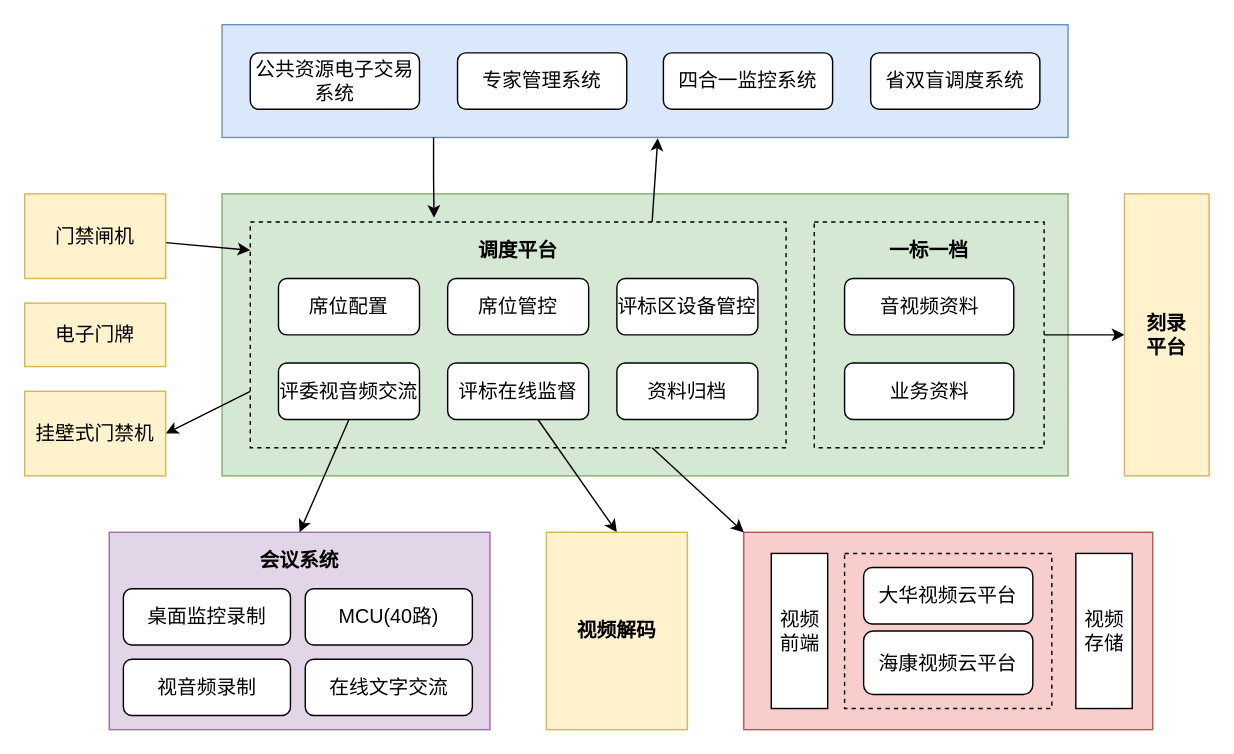
Earlier version of the draw.io diagram 调度系统架构图.drawio (JaceLu/Docs). Source tidied: cells renumbered, new cells numbered last; positions are measured from the earlier drawing's top-left corner, leaving out a move shared by most shapes. Both pictures are drawn from the tidied source at 141%, with x=0, y=0 at pixel (24, 24).
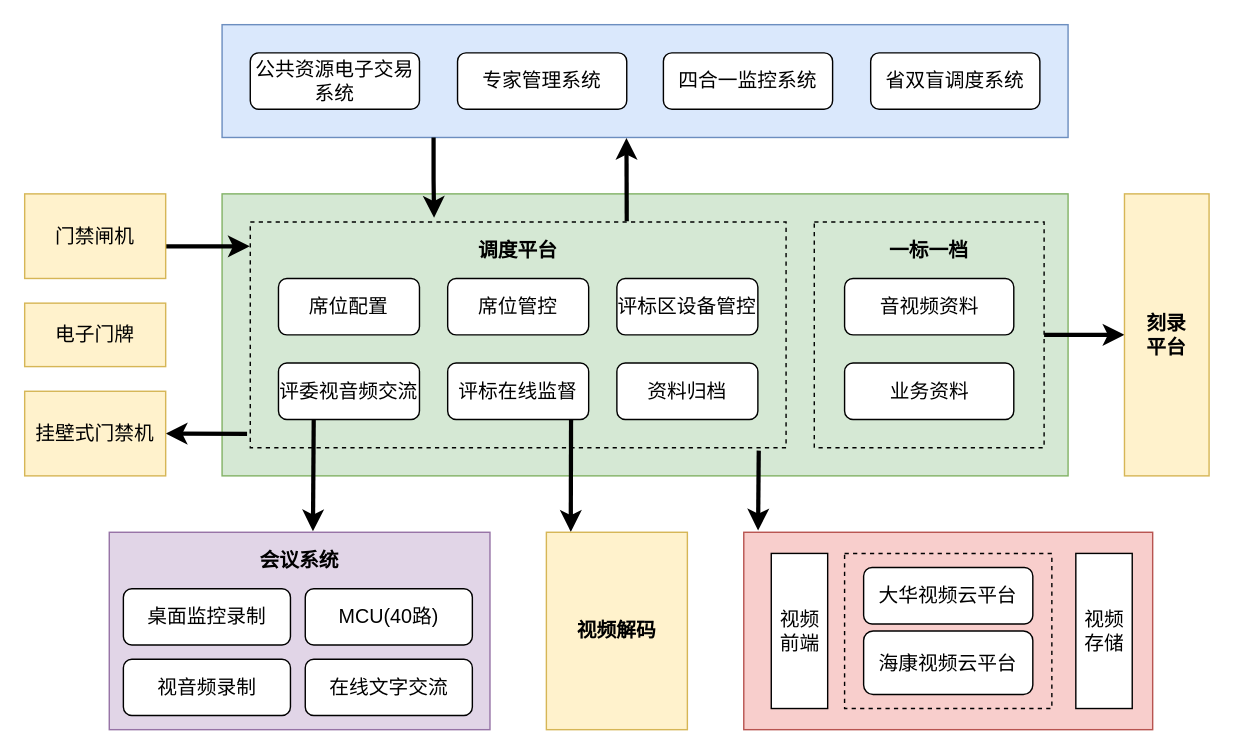
Above is the later version.

Commit message:
更新调度系统架构图.drawio

Unchanged cells that the change refers to:
```xml
<mxCell id="2" style="rounded=0;whiteSpace=wrap;html=1;fillColor=#f8cecc;strokeColor=#b85450;" parent="1" vertex="1">
  <mxGeometry x="510" y="360" width="290" height="140" as="geometry" />
</mxCell>
<mxCell id="6" style="rounded=0;whiteSpace=wrap;html=1;fillColor=#dae8fc;strokeColor=#6c8ebf;" parent="1" vertex="1">
  <mxGeometry x="140" width="600" height="80" as="geometry" />
</mxCell>
<mxCell id="13" style="rounded=0;whiteSpace=wrap;html=1;dashed=1;fillColor=none;" parent="1" vertex="1">
  <mxGeometry x="160" y="140" width="380" height="160" as="geometry" />
</mxCell>
<mxCell id="15" style="rounded=0;whiteSpace=wrap;html=1;dashed=1;fillColor=none;" parent="1" vertex="1">
  <mxGeometry x="560" y="140" width="163" height="160" as="geometry" />
</mxCell>
<mxCell id="17" value="调度平台" style="text;html=1;align=center;verticalAlign=middle;whiteSpace=wrap;rounded=0;fontSize=14;fontStyle=1;" parent="1" vertex="1">
  <mxGeometry x="160" y="140" width="380" height="40" as="geometry" />
</mxCell>
<mxCell id="25" value="&lt;span style=&quot;font-size: 14px;&quot;&gt;评委视音频交流&lt;/span&gt;" style="rounded=1;whiteSpace=wrap;html=1;fontFamily=Helvetica;" parent="1" vertex="1">
  <mxGeometry x="180" y="240" width="100" height="40" as="geometry" />
</mxCell>
<mxCell id="27" value="&lt;span style=&quot;font-size: 14px;&quot;&gt;评标在线监督&lt;/span&gt;" style="rounded=1;whiteSpace=wrap;html=1;fontFamily=Helvetica;" parent="1" vertex="1">
  <mxGeometry x="300" y="240" width="100" height="40" as="geometry" />
</mxCell>
<mxCell id="31" value="&lt;span style=&quot;&quot;&gt;会议系统&lt;/span&gt;" style="text;html=1;align=center;verticalAlign=middle;whiteSpace=wrap;rounded=0;fontSize=14;fontStyle=1;" parent="1" vertex="1">
  <mxGeometry x="60" y="360" width="270" height="40" as="geometry" />
</mxCell>
<mxCell id="33" value="&lt;span style=&quot;font-size: 14px;&quot;&gt;挂壁式门禁机&lt;/span&gt;" style="rounded=0;whiteSpace=wrap;html=1;fillColor=#fff2cc;strokeColor=#d6b656;" parent="1" vertex="1">
  <mxGeometry y="260" width="100" height="60" as="geometry" />
</mxCell>
<mxCell id="35" value="&lt;span style=&quot;font-size: 14px;&quot;&gt;门禁闸机&lt;/span&gt;" style="rounded=0;whiteSpace=wrap;html=1;fillColor=#fff2cc;strokeColor=#d6b656;" parent="1" vertex="1">
  <mxGeometry y="120" width="100" height="60" as="geometry" />
</mxCell>
<mxCell id="36" value="&lt;span style=&quot;font-size: 14px;&quot;&gt;刻录平台&lt;/span&gt;" style="rounded=0;whiteSpace=wrap;html=1;fillColor=#fff2cc;strokeColor=#d6b656;spacingLeft=10;spacingRight=10;fontSize=14;fontStyle=1;" parent="1" vertex="1">
  <mxGeometry x="780" y="120" width="60" height="200" as="geometry" />
</mxCell>
<mxCell id="42" value="&lt;span style=&quot;font-size: 14px;&quot;&gt;视频解码&lt;/span&gt;" style="rounded=0;whiteSpace=wrap;html=1;fillColor=#fff2cc;strokeColor=#d6b656;fontStyle=1;fontSize=14;" parent="1" vertex="1">
  <mxGeometry x="370" y="360" width="100" height="140" as="geometry" />
</mxCell>
```

The edit, as a diff of the source:
```diff
@@
-    <mxCell id="11" style="rounded=0;jettySize=auto;html=1;exitX=0.75;exitY=1;exitDx=0;exitDy=0;entryX=0;entryY=0;entryDx=0;entryDy=0;" parent="1" edge="1" source="13" target="2">
+    <mxCell id="11" style="rounded=0;jettySize=auto;html=1;exitX=0.949;exitY=1.013;exitDx=0;exitDy=0;entryX=0.035;entryY=-0.009;entryDx=0;entryDy=0;exitPerimeter=0;strokeWidth=3;entryPerimeter=0;" parent="1" edge="1" source="13" target="2">
       <mxGeometry relative="1" as="geometry" />
     </mxCell>
-    <mxCell id="12" style="rounded=0;jettySize=auto;html=1;exitX=0;exitY=0.75;exitDx=0;exitDy=0;entryX=1;entryY=0.5;entryDx=0;entryDy=0;" parent="1" edge="1" source="13" target="33">
+    <mxCell id="12" style="rounded=0;jettySize=auto;html=1;exitX=-0.006;exitY=0.939;exitDx=0;exitDy=0;entryX=1;entryY=0.5;entryDx=0;entryDy=0;strokeWidth=3;exitPerimeter=0;" parent="1" edge="1" source="13" target="33">
       <mxGeometry relative="1" as="geometry" />
     </mxCell>
@@
-    <mxCell id="14" style="edgeStyle=orthogonalEdgeStyle;rounded=0;jettySize=auto;html=1;exitX=1;exitY=0.5;exitDx=0;exitDy=0;entryX=0;entryY=0.5;entryDx=0;entryDy=0;" parent="1" edge="1" source="15" target="36">
+    <mxCell id="14" style="edgeStyle=orthogonalEdgeStyle;rounded=0;jettySize=auto;html=1;exitX=1;exitY=0.5;exitDx=0;exitDy=0;entryX=0;entryY=0.5;entryDx=0;entryDy=0;strokeWidth=3;" parent="1" edge="1" source="15" target="36">
       <mxGeometry relative="1" as="geometry" />
     </mxCell>
@@
-    <mxCell id="16" style="rounded=0;jettySize=auto;html=1;exitX=0.75;exitY=0;exitDx=0;exitDy=0;entryX=0.515;entryY=1.007;entryDx=0;entryDy=0;entryPerimeter=0;" parent="1" edge="1" source="17" target="6">
-      <mxGeometry relative="1" as="geometry" />
+    <mxCell id="16" style="rounded=0;jettySize=auto;html=1;exitX=0.75;exitY=0;exitDx=0;exitDy=0;entryX=0.478;entryY=1.004;entryDx=0;entryDy=0;entryPerimeter=0;strokeWidth=3;" parent="1" edge="1" target="6">
+      <mxGeometry relative="1" as="geometry">
+        <mxPoint x="427" y="139.4" as="sourcePoint" />
+      </mxGeometry>
     </mxCell>
@@
-    <mxCell id="24" style="rounded=0;jettySize=auto;html=1;exitX=0.5;exitY=1;exitDx=0;exitDy=0;entryX=0.5;entryY=0;entryDx=0;entryDy=0;" parent="1" edge="1" source="25" target="31">
-      <mxGeometry relative="1" as="geometry" />
-    </mxCell>
@@
-    <mxCell id="26" style="rounded=0;jettySize=auto;html=1;entryX=0.5;entryY=0;entryDx=0;entryDy=0;" parent="1" edge="1" source="27" target="42">
-      <mxGeometry relative="1" as="geometry" />
+    <mxCell id="26" style="rounded=0;jettySize=auto;html=1;entryX=0.173;entryY=-0.002;entryDx=0;entryDy=0;strokeWidth=3;exitX=0.875;exitY=1.021;exitDx=0;exitDy=0;exitPerimeter=0;entryPerimeter=0;" parent="1" edge="1" target="42">
+      <mxGeometry relative="1" as="geometry">
+        <mxPoint x="387.5" y="280" as="sourcePoint" />
+      </mxGeometry>
     </mxCell>
@@
-    <mxCell id="34" style="rounded=0;jettySize=auto;html=1;entryX=0;entryY=0.5;entryDx=0;entryDy=0;" parent="1" edge="1" source="35" target="17">
-      <mxGeometry relative="1" as="geometry" />
+    <mxCell id="34" style="rounded=0;jettySize=auto;html=1;entryX=-0.001;entryY=0.429;entryDx=0;entryDy=0;strokeWidth=3;entryPerimeter=0;" parent="1" edge="1" target="17">
+      <mxGeometry relative="1" as="geometry">
+        <mxPoint x="100" y="157.3" as="sourcePoint" />
+      </mxGeometry>
     </mxCell>
@@
-    <mxCell id="44" style="edgeStyle=orthogonalEdgeStyle;rounded=0;jettySize=auto;html=1;exitX=0.25;exitY=1;exitDx=0;exitDy=0;entryX=0.343;entryY=-0.075;entryDx=0;entryDy=0;entryPerimeter=0;shadow=0;" parent="1" edge="1" source="6" target="17">
+    <mxCell id="44" style="edgeStyle=orthogonalEdgeStyle;rounded=0;jettySize=auto;html=1;exitX=0.25;exitY=1;exitDx=0;exitDy=0;entryX=0.343;entryY=-0.075;entryDx=0;entryDy=0;entryPerimeter=0;shadow=0;strokeWidth=3;" parent="1" edge="1" source="6" target="17">
       <mxGeometry relative="1" as="geometry" />
     </mxCell>
+    <mxCell id="24" style="rounded=0;jettySize=auto;html=1;exitX=0.25;exitY=1;exitDx=0;exitDy=0;entryX=0.535;entryY=-0.017;entryDx=0;entryDy=0;strokeWidth=3;entryPerimeter=0;" parent="1" edge="1" source="25" target="31">
+      <mxGeometry relative="1" as="geometry" />
+    </mxCell>
```
